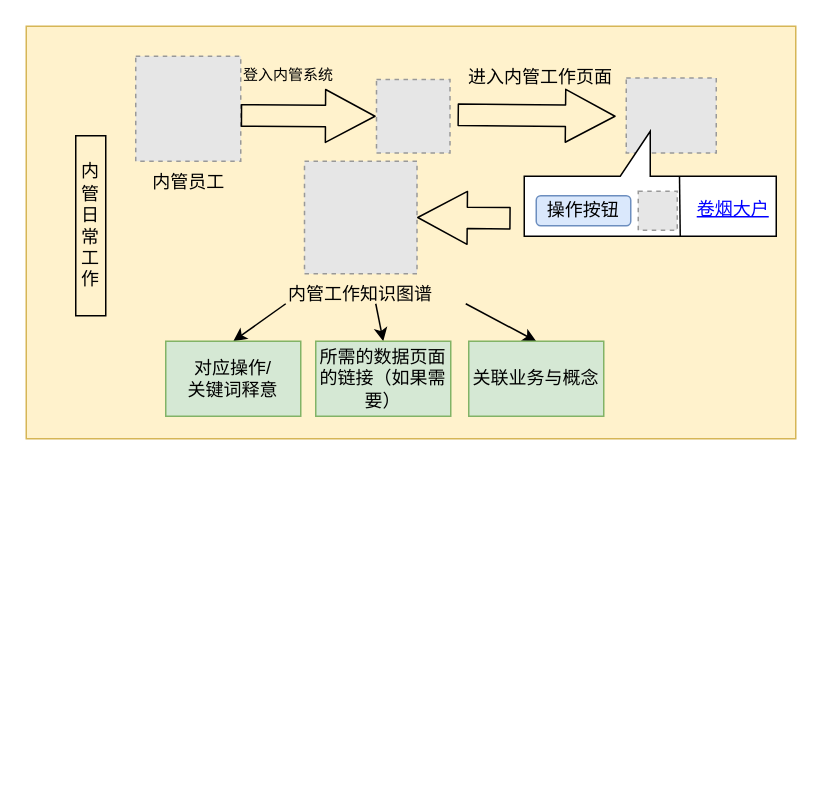
1009351456/Anonymous keeps this draw.io diagram as 知识图谱章节作图.drawio. Above is the earlier version. Source tidied: cells renumbered, new cells numbered last; positions are measured from the earlier drawing's top-left corner, leaving out a move shared by most shapes. Both pictures are drawn from the tidied source at 150%, with x=0, y=0 at pixel (26, 26). Pictures stored in the file or linked from it are replaced by grey dashed boxes.
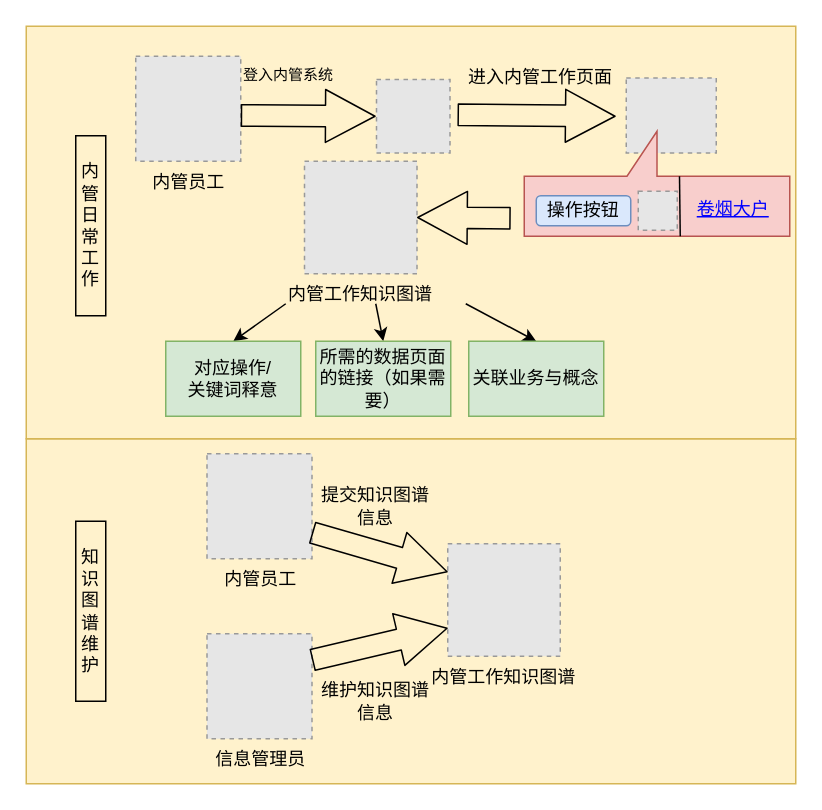
The same page after the edit.

Commit message:
Update 知识图谱章节作图.drawio

Diff of the diagram source:
```diff
@@
+    <mxCell id="24" style="rounded=0;whiteSpace=wrap;html=1;strokeColor=#d6b656;fillColor=#fff2cc;fontSize=2;align=center;" parent="1" vertex="1">
+      <mxGeometry y="275" width="513" height="230" as="geometry" />
+    </mxCell>
@@
-    <mxCell id="11" style="shape=callout;whiteSpace=wrap;html=1;perimeter=calloutPerimeter;labelBackgroundColor=none;rotation=180;" parent="1" vertex="1">
-      <mxGeometry x="332" y="70" width="168" height="70" as="geometry" />
+    <mxCell id="11" style="shape=callout;whiteSpace=wrap;html=1;perimeter=calloutPerimeter;labelBackgroundColor=none;rotation=180;fillColor=#f8cecc;strokeColor=#b85450;" parent="1" vertex="1">
+      <mxGeometry x="332" y="70" width="177" height="70" as="geometry" />
     </mxCell>
@@
+    <mxCell id="25" value="内管员工" style="fillColor=#E6E6E6;strokeColor=#999999;dashed=1;html=1;verticalAlign=top;verticalLabelPosition=bottom;labelBackgroundColor=none;" parent="1" vertex="1">
+      <mxGeometry x="120.5" y="285" width="70" height="70" as="geometry" />
+    </mxCell>
+    <mxCell id="26" value="信息管理员" style="fillColor=#E6E6E6;strokeColor=#999999;dashed=1;html=1;verticalAlign=top;verticalLabelPosition=bottom;labelBackgroundColor=none;" parent="1" vertex="1">
+      <mxGeometry x="120.5" y="405" width="70" height="70" as="geometry" />
+    </mxCell>
+    <mxCell id="27" value="内管工作知识图谱" style="fillColor=#E6E6E6;strokeColor=#999999;dashed=1;verticalLabelPosition=bottom;labelBackgroundColor=none;verticalAlign=top;" parent="1" vertex="1">
+      <mxGeometry x="281" y="345" width="75" height="75" as="geometry" />
+    </mxCell>
+    <mxCell id="28" style="shape=flexArrow;endArrow=classic;html=1;width=14.285714285714286;endSize=10.668571428571429;entryX=0;entryY=0.25;entryDx=0;entryDy=0;exitX=1;exitY=0.75;exitDx=0;exitDy=0;" parent="1" edge="1" source="25" target="27">
+      <mxGeometry relative="1" as="geometry" />
+    </mxCell>
+    <mxCell id="29" style="shape=flexArrow;endArrow=classic;html=1;width=14.285714285714286;endSize=10.668571428571429;entryX=0;entryY=0.75;entryDx=0;entryDy=0;exitX=1;exitY=0.25;exitDx=0;exitDy=0;" parent="1" edge="1" source="26" target="27">
+      <mxGeometry relative="1" as="geometry" />
+    </mxCell>
+    <mxCell id="30" value="提交知识图谱信息" style="text;html=1;strokeColor=none;fillColor=none;align=center;verticalAlign=middle;whiteSpace=wrap;rounded=0;labelBackgroundColor=none;fontColor=#000000;" parent="1" vertex="1">
+      <mxGeometry x="193" y="310" width="80" height="20" as="geometry" />
+    </mxCell>
+    <mxCell id="31" value="维护知识图谱信息" style="text;html=1;strokeColor=none;fillColor=none;align=center;verticalAlign=middle;whiteSpace=wrap;rounded=0;labelBackgroundColor=none;fontColor=#000000;" parent="1" vertex="1">
+      <mxGeometry x="193" y="440" width="80" height="20" as="geometry" />
+    </mxCell>
+    <mxCell id="32" value="知识图谱维护" style="text;html=1;align=center;verticalAlign=middle;whiteSpace=wrap;rounded=0;strokeColor=#000000;" parent="1" vertex="1">
+      <mxGeometry x="33" y="330" width="20" height="120" as="geometry" />
+    </mxCell>
```
